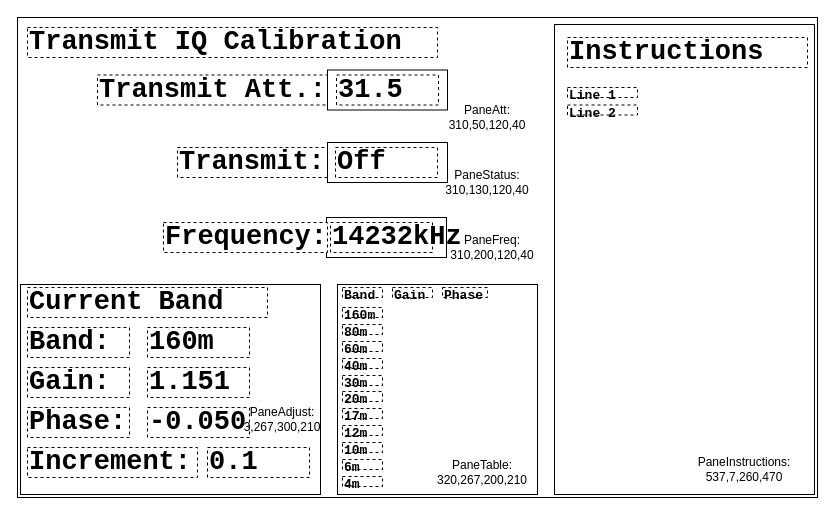
Above: page "Transmit IQ Cal" (3 of 5) of code/docs/window_panes.drawio in KI3P/Phoenix (draw.io), before the change. Source tidied: cells renumbered, new cells numbered last; positions are measured from the earlier drawing's top-left corner, leaving out a move shared by most shapes. Both pictures are drawn from the tidied source at 100%, with x=0, y=0 at pixel (17, 17).
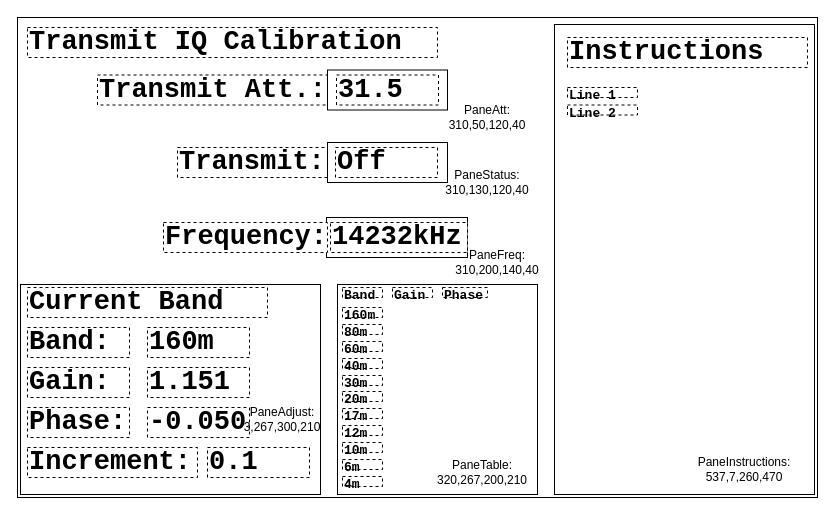
Above is the later version.

What changed in the source:
```diff
@@
     <mxCell id="44" style="rounded=0;whiteSpace=wrap;html=1;" parent="1" vertex="1">
-      <mxGeometry x="309" y="200" width="120" height="40" as="geometry" />
+      <mxGeometry x="309" y="200" width="141" height="40" as="geometry" />
     </mxCell>
@@
-    <mxCell id="46" value="PaneFreq: 310,200,120,40" style="text;html=1;whiteSpace=wrap;strokeColor=none;fillColor=none;align=center;verticalAlign=middle;rounded=0;" parent="1" vertex="1">
-      <mxGeometry x="420" y="205" width="110" height="50" as="geometry" />
+    <mxCell id="46" value="PaneFreq: 310,200,140,40" style="text;html=1;whiteSpace=wrap;strokeColor=none;fillColor=none;align=center;verticalAlign=middle;rounded=0;" parent="1" vertex="1">
+      <mxGeometry x="425" y="220" width="110" height="50" as="geometry" />
     </mxCell>
     <mxCell id="47" value="14232kHz" style="rounded=0;whiteSpace=wrap;html=1;fontFamily=Courier New;fontSize=27;fontStyle=1;align=left;dashed=1;" parent="1" vertex="1">
-      <mxGeometry x="313" y="205" width="102" height="30" as="geometry" />
+      <mxGeometry x="313" y="205" width="137" height="30" as="geometry" />
     </mxCell>
```
